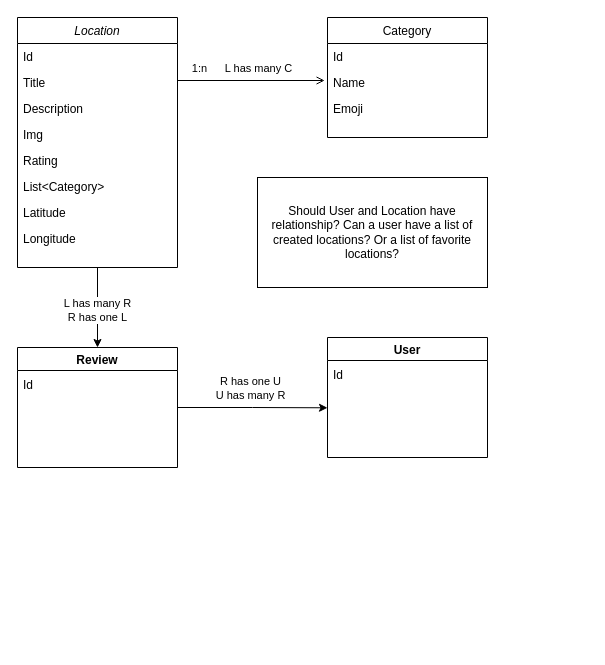
Above: .diagrams/Class Relations.drawio in bouvet/map (draw.io), before the change. Source tidied: cells renumbered, new cells numbered last; positions are measured from the earlier drawing's top-left corner, leaving out a move shared by most shapes. Both pictures are drawn from the tidied source at 100%, with x=0, y=0 at pixel (17, -103).
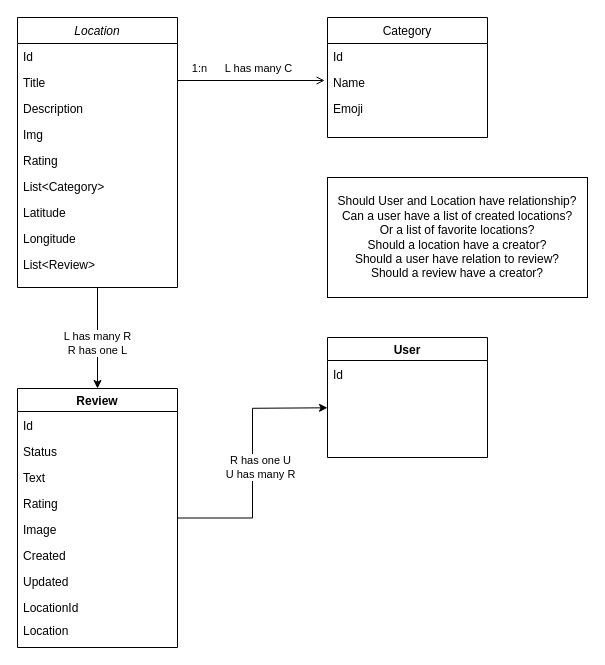
The same diagram, later.

Diff of the diagram source:
```diff
@@
     <mxCell id="4" value="Location" style="swimlane;fontStyle=2;align=center;verticalAlign=top;horizontal=1;startSize=26;rounded=0;shadow=0;strokeWidth=1;" parent="1" vertex="1">
-      <mxGeometry y="120" width="160" height="250" as="geometry" />
+      <mxGeometry y="120" width="160" height="270" as="geometry" />
     </mxCell>
@@
+    <mxCell id="27" value="List&lt;Review&gt;" style="text;align=left;verticalAlign=top;spacingLeft=4;spacingRight=4;overflow=hidden;" parent="4" vertex="1">
+      <mxGeometry y="234" width="160" height="26" as="geometry" />
+    </mxCell>
@@
     <mxCell id="22" value="Review" style="swimlane;" parent="1" vertex="1">
-      <mxGeometry y="450" width="160" height="120" as="geometry" />
+      <mxGeometry y="491" width="160" height="259" as="geometry" />
     </mxCell>
@@
+    <mxCell id="28" value="Location" style="text;align=left;verticalAlign=top;spacingLeft=4;spacingRight=4;overflow=hidden;" parent="22" vertex="1">
+      <mxGeometry y="229" width="160" height="26" as="geometry" />
+    </mxCell>
+    <mxCell id="29" value="Rating" style="text;align=left;verticalAlign=top;spacingLeft=4;spacingRight=4;overflow=hidden;" parent="22" vertex="1">
+      <mxGeometry y="102" width="160" height="26" as="geometry" />
+    </mxCell>
+    <mxCell id="30" value="Text" style="text;align=left;verticalAlign=top;spacingLeft=4;spacingRight=4;overflow=hidden;" parent="22" vertex="1">
+      <mxGeometry y="76" width="160" height="26" as="geometry" />
+    </mxCell>
+    <mxCell id="31" value="Created" style="text;align=left;verticalAlign=top;spacingLeft=4;spacingRight=4;overflow=hidden;" parent="22" vertex="1">
+      <mxGeometry y="154" width="160" height="26" as="geometry" />
+    </mxCell>
+    <mxCell id="32" value="Status" style="text;align=left;verticalAlign=top;spacingLeft=4;spacingRight=4;overflow=hidden;" parent="22" vertex="1">
+      <mxGeometry y="50" width="160" height="26" as="geometry" />
+    </mxCell>
+    <mxCell id="33" value="Image" style="text;align=left;verticalAlign=top;spacingLeft=4;spacingRight=4;overflow=hidden;" parent="22" vertex="1">
+      <mxGeometry y="128" width="160" height="26" as="geometry" />
+    </mxCell>
+    <mxCell id="34" value="Updated" style="text;align=left;verticalAlign=top;spacingLeft=4;spacingRight=4;overflow=hidden;" parent="22" vertex="1">
+      <mxGeometry y="180" width="160" height="26" as="geometry" />
+    </mxCell>
+    <mxCell id="35" value="LocationId" style="text;align=left;verticalAlign=top;spacingLeft=4;spacingRight=4;overflow=hidden;" parent="22" vertex="1">
+      <mxGeometry y="206" width="160" height="26" as="geometry" />
+    </mxCell>
@@
-    <mxCell id="26" value="Should User and Location have relationship? Can a user have a list of created locations? Or a list of favorite locations?" style="rounded=0;whiteSpace=wrap;html=1;" parent="1" vertex="1">
-      <mxGeometry x="240" y="280" width="230" height="110" as="geometry" />
+    <mxCell id="26" value="Should User and Location have relationship? &lt;br&gt;Can a user have a list of created locations? &lt;br&gt;Or a list of favorite locations?&lt;br&gt;Should a location have a creator?&lt;br&gt;Should a user have relation to review?&lt;br&gt;Should a review have a creator?" style="rounded=0;whiteSpace=wrap;html=1;" parent="1" vertex="1">
+      <mxGeometry x="310" y="280" width="260" height="120" as="geometry" />
     </mxCell>
```
